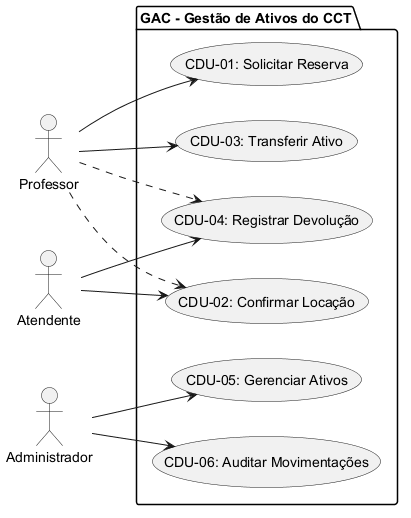
Above: Requisitos/Artefatos/Diagramas/cdu-gac-geral.png in 0dawara/requisitos-2026-GAC-grupoCMD (PlantUML), before the change.
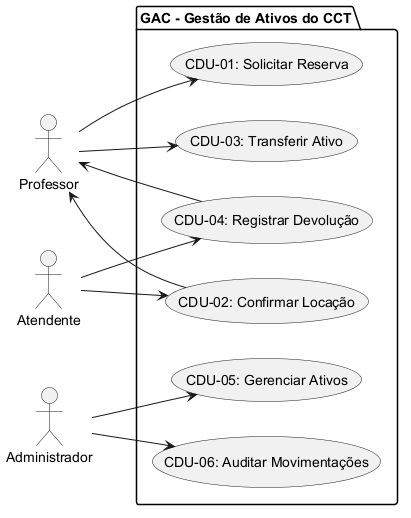
Above is the later version.

Commit message:
fix: correção do diagrama no doc de visão

The edit, as a diff of the source:
```diff
@@ -15,8 +15,8 @@
 
 P --> UC1
 P --> UC3
-P ..> UC2
-P ..> UC4
+UC2 --> P
+UC4 --> P
 AT --> UC2
 AT --> UC4
 AD --> UC5
```
